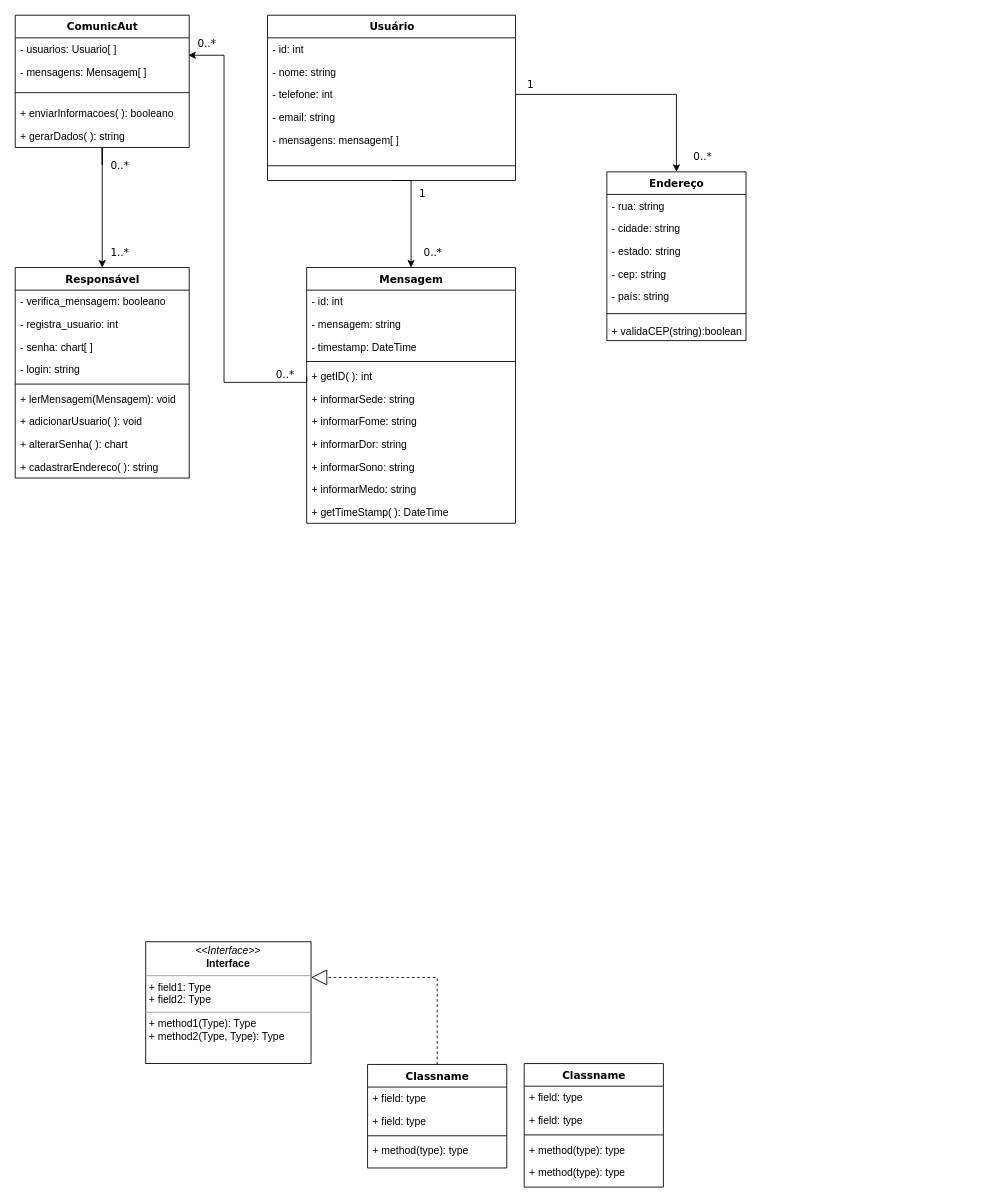
Earlier version of the draw.io diagram Diagrama de Classe de Domínio.drawio (andrematos79/andrematos79). Source tidied: cells renumbered, new cells numbered last; positions are measured from the earlier drawing's top-left corner, leaving out a move shared by most shapes. Both pictures are drawn from the tidied source at 87%, with x=0, y=0 at pixel (15, 15).
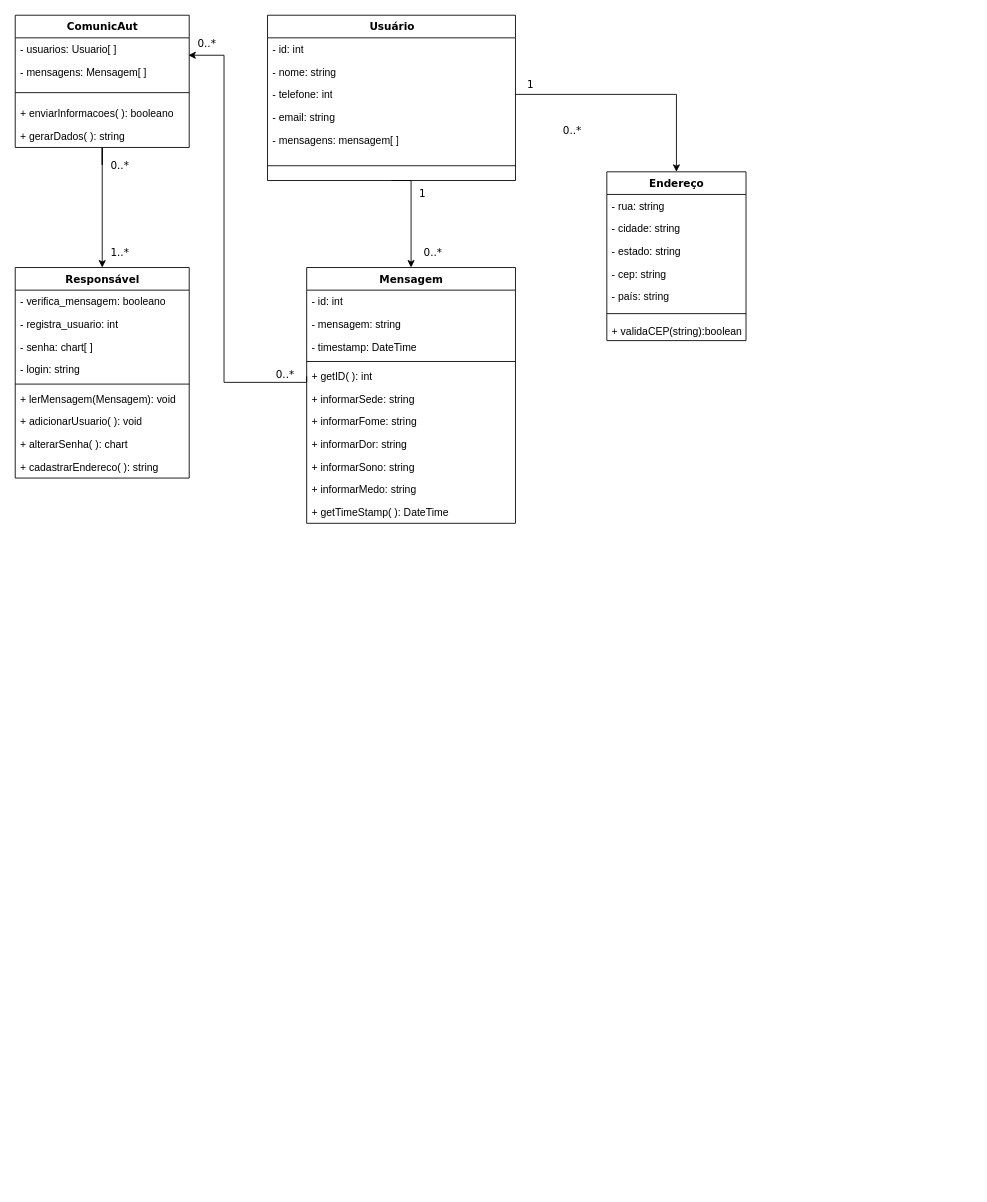
After the change.

The edit, as a diff of the source:
```diff
@@
-    <mxCell id="35" value="Classname" style="swimlane;html=1;fontStyle=1;align=center;verticalAlign=top;horizontal=1;startSize=26;swimlaneFillColor=#ffffff;rounded=0;shadow=0;comic=0;labelBackgroundColor=none;strokeWidth=1;fillColor=none;fontFamily=Verdana;fontSize=12;" parent="1" vertex="1">
-      <mxGeometry x="585" y="1205" width="160" height="142" as="geometry" />
-    </mxCell>
-    <mxCell id="36" value="+ field: type" style="text;html=1;strokeColor=none;fillColor=none;align=left;verticalAlign=top;spacingLeft=4;spacingRight=4;whiteSpace=wrap;overflow=hidden;" parent="35" vertex="1">
-      <mxGeometry y="26" width="160" height="26" as="geometry" />
-    </mxCell>
-    <mxCell id="37" value="+ field: type" style="text;html=1;strokeColor=none;fillColor=none;align=left;verticalAlign=top;spacingLeft=4;spacingRight=4;whiteSpace=wrap;overflow=hidden;" parent="35" vertex="1">
-      <mxGeometry y="52" width="160" height="26" as="geometry" />
-    </mxCell>
-    <mxCell id="38" style="line;html=1;strokeWidth=1;fillColor=none;align=left;verticalAlign=middle;spacingTop=-1;spacingLeft=3;spacingRight=3;labelPosition=right;" parent="35" vertex="1">
-      <mxGeometry y="78" width="160" height="8" as="geometry" />
-    </mxCell>
-    <mxCell id="39" value="+ method(type): type" style="text;html=1;strokeColor=none;fillColor=none;align=left;verticalAlign=top;spacingLeft=4;spacingRight=4;whiteSpace=wrap;overflow=hidden;" parent="35" vertex="1">
-      <mxGeometry y="86" width="160" height="26" as="geometry" />
-    </mxCell>
-    <mxCell id="40" value="+ method(type): type" style="text;html=1;strokeColor=none;fillColor=none;align=left;verticalAlign=top;spacingLeft=4;spacingRight=4;whiteSpace=wrap;overflow=hidden;" parent="35" vertex="1">
-      <mxGeometry y="112" width="160" height="26" as="geometry" />
-    </mxCell>
@@
-    <mxCell id="54" style="edgeStyle=orthogonalEdgeStyle;rounded=0;html=1;dashed=1;labelBackgroundColor=none;startArrow=none;startFill=0;startSize=8;endArrow=block;endFill=0;endSize=16;fontFamily=Verdana;fontSize=12;" parent="1" edge="1" source="55" target="60">
-      <mxGeometry relative="1" as="geometry">
-        <Array as="points">
-          <mxPoint x="485" y="1106" />
-        </Array>
-      </mxGeometry>
-    </mxCell>
-    <mxCell id="55" value="Classname" style="swimlane;html=1;fontStyle=1;align=center;verticalAlign=top;horizontal=1;startSize=26;swimlaneFillColor=#ffffff;rounded=0;shadow=0;comic=0;labelBackgroundColor=none;strokeWidth=1;fillColor=none;fontFamily=Verdana;fontSize=12;" parent="1" vertex="1">
-      <mxGeometry x="405" y="1206" width="160" height="119" as="geometry" />
-    </mxCell>
-    <mxCell id="56" value="+ field: type" style="text;html=1;strokeColor=none;fillColor=none;align=left;verticalAlign=top;spacingLeft=4;spacingRight=4;whiteSpace=wrap;overflow=hidden;" parent="55" vertex="1">
-      <mxGeometry y="26" width="160" height="26" as="geometry" />
-    </mxCell>
-    <mxCell id="57" value="+ field: type" style="text;html=1;strokeColor=none;fillColor=none;align=left;verticalAlign=top;spacingLeft=4;spacingRight=4;whiteSpace=wrap;overflow=hidden;" parent="55" vertex="1">
-      <mxGeometry y="52" width="160" height="26" as="geometry" />
-    </mxCell>
-    <mxCell id="58" style="line;html=1;strokeWidth=1;fillColor=none;align=left;verticalAlign=middle;spacingTop=-1;spacingLeft=3;spacingRight=3;labelPosition=right;" parent="55" vertex="1">
-      <mxGeometry y="78" width="160" height="8" as="geometry" />
-    </mxCell>
-    <mxCell id="59" value="+ method(type): type" style="text;html=1;strokeColor=none;fillColor=none;align=left;verticalAlign=top;spacingLeft=4;spacingRight=4;whiteSpace=wrap;overflow=hidden;" parent="55" vertex="1">
-      <mxGeometry y="86" width="160" height="26" as="geometry" />
-    </mxCell>
-    <mxCell id="60" value="&lt;p style=&quot;margin:0px;margin-top:4px;text-align:center;&quot;&gt;&lt;i&gt;&amp;lt;&amp;lt;Interface&amp;gt;&amp;gt;&lt;/i&gt;&lt;br/&gt;&lt;b&gt;Interface&lt;/b&gt;&lt;/p&gt;&lt;hr size=&quot;1&quot;/&gt;&lt;p style=&quot;margin:0px;margin-left:4px;&quot;&gt;+ field1: Type&lt;br/&gt;+ field2: Type&lt;/p&gt;&lt;hr size=&quot;1&quot;/&gt;&lt;p style=&quot;margin:0px;margin-left:4px;&quot;&gt;+ method1(Type): Type&lt;br/&gt;+ method2(Type, Type): Type&lt;/p&gt;" style="verticalAlign=top;align=left;overflow=fill;fontSize=12;fontFamily=Helvetica;html=1;rounded=0;shadow=0;comic=0;labelBackgroundColor=none;strokeWidth=1;" parent="1" vertex="1">
-      <mxGeometry x="150" y="1065" width="190" height="140" as="geometry" />
-    </mxCell>
@@
     <mxCell id="67" value="0..*" style="text;html=1;align=center;verticalAlign=middle;labelBackgroundColor=#ffffff;fontSize=12;fontFamily=Verdana;" parent="1" vertex="1">
-      <mxGeometry x="1100" y="160" as="geometry">
+      <mxGeometry x="950" y="130" as="geometry">
         <mxPoint x="-311" y="2" as="offset" />
       </mxGeometry>
     </mxCell>
```
